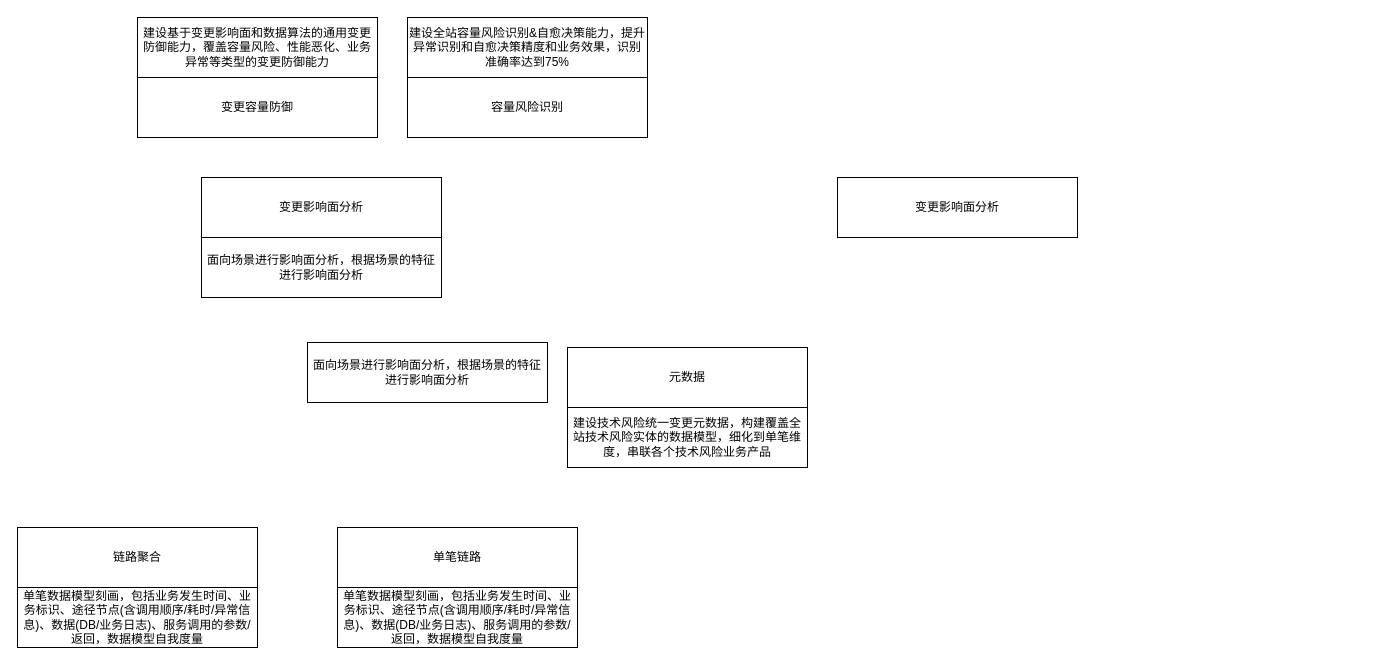
Above: 蚂蚁金服/OKR组织.drawio in frankneu/draw.io (draw.io), before the change. Source tidied: cells renumbered, new cells numbered last; positions are measured from the earlier drawing's top-left corner, leaving out a move shared by most shapes. Both pictures are drawn from the tidied source at 100%, with x=0, y=0 at pixel (17, 17).
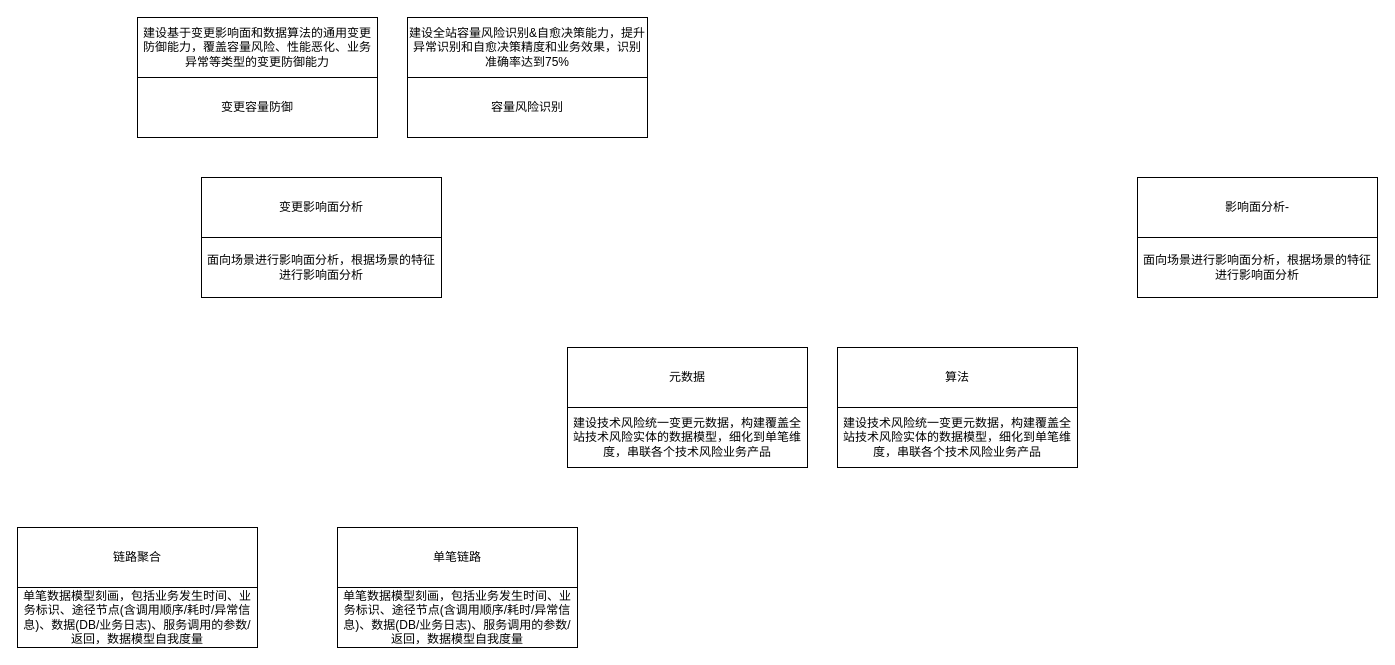
Above is the later version.

The edit, as a diff of the source:
```diff
@@
 <mxGraphModel>
   <root>
     <mxCell id="0" />
     <mxCell id="1" parent="0" />
     <mxCell id="2" value="变更容量防御" style="rounded=0;whiteSpace=wrap;html=1;" parent="1" vertex="1">
       <mxGeometry x="120" y="60" width="240" height="60" as="geometry" />
     </mxCell>
     <mxCell id="3" value="容量风险识别" style="rounded=0;whiteSpace=wrap;html=1;" parent="1" vertex="1">
       <mxGeometry x="390" y="60" width="240" height="60" as="geometry" />
     </mxCell>
     <mxCell id="4" value="元数据" style="rounded=0;whiteSpace=wrap;html=1;" parent="1" vertex="1">
       <mxGeometry x="550" y="330" width="240" height="60" as="geometry" />
     </mxCell>
     <mxCell id="5" value="变更影响面分析" style="rounded=0;whiteSpace=wrap;html=1;" parent="1" vertex="1">
       <mxGeometry x="184" y="160" width="240" height="60" as="geometry" />
     </mxCell>
     <mxCell id="6" value="链路聚合" style="rounded=0;whiteSpace=wrap;html=1;" parent="1" vertex="1">
       <mxGeometry y="510" width="240" height="60" as="geometry" />
     </mxCell>
     <mxCell id="7" value="建设基于变更影响面和数据算法的通用变更防御能力，覆盖容量风险、性能恶化、业务异常等类型的变更防御能力" style="rounded=0;whiteSpace=wrap;html=1;" parent="1" vertex="1">
       <mxGeometry x="120" width="240" height="60" as="geometry" />
     </mxCell>
     <mxCell id="8" value="建设全站容量风险识别&amp;amp;自愈决策能力，提升异常识别和自愈决策精度和业务效果，识别准确率达到75%" style="rounded=0;whiteSpace=wrap;html=1;" parent="1" vertex="1">
       <mxGeometry x="390" width="240" height="60" as="geometry" />
     </mxCell>
     <mxCell id="9" value="&lt;span&gt;单笔数据模型刻画，包括业务发生时间、业务标识、途径节点(含调用顺序/耗时/异常信息)、数据(DB/业务日志)、服务调用的参数/返回，数据模型自我度量&lt;/span&gt;" style="rounded=0;whiteSpace=wrap;html=1;" parent="1" vertex="1">
       <mxGeometry y="570" width="240" height="60" as="geometry" />
     </mxCell>
     <mxCell id="10" value="建设技术风险统一变更元数据，构建覆盖全站技术风险实体的数据模型，细化到单笔维度，串联各个技术风险业务产品" style="rounded=0;whiteSpace=wrap;html=1;" parent="1" vertex="1">
       <mxGeometry x="550" y="390" width="240" height="60" as="geometry" />
     </mxCell>
     <mxCell id="11" value="单笔链路" style="rounded=0;whiteSpace=wrap;html=1;" parent="1" vertex="1">
       <mxGeometry x="320" y="510" width="240" height="60" as="geometry" />
     </mxCell>
     <mxCell id="12" value="单笔数据模型刻画，包括业务发生时间、业务标识、途径节点(含调用顺序/耗时/异常信息)、数据(DB/业务日志)、服务调用的参数/返回，数据模型自我度量" style="rounded=0;whiteSpace=wrap;html=1;" parent="1" vertex="1">
       <mxGeometry x="320" y="570" width="240" height="60" as="geometry" />
     </mxCell>
     <mxCell id="13" value="面向场景进行影响面分析，根据场景的特征进行影响面分析" style="rounded=0;whiteSpace=wrap;html=1;" parent="1" vertex="1">
       <mxGeometry x="184" y="220" width="240" height="60" as="geometry" />
     </mxCell>
     <mxCell id="14" value="面向场景进行影响面分析，根据场景的特征进行影响面分析" style="rounded=0;whiteSpace=wrap;html=1;" parent="1" vertex="1">
-      <mxGeometry x="290" y="325" width="240" height="60" as="geometry" />
+      <mxGeometry x="1120" y="220" width="240" height="60" as="geometry" />
     </mxCell>
-    <mxCell id="15" value="变更影响面分析" style="rounded=0;whiteSpace=wrap;html=1;" parent="1" vertex="1">
-      <mxGeometry x="820" y="160" width="240" height="60" as="geometry" />
+    <mxCell id="15" value="影响面分析-" style="rounded=0;whiteSpace=wrap;html=1;" parent="1" vertex="1">
+      <mxGeometry x="1120" y="160" width="240" height="60" as="geometry" />
     </mxCell>
+    <mxCell id="16" value="算法" style="rounded=0;whiteSpace=wrap;html=1;" parent="1" vertex="1">
+      <mxGeometry x="820" y="330" width="240" height="60" as="geometry" />
+    </mxCell>
+    <mxCell id="17" value="建设技术风险统一变更元数据，构建覆盖全站技术风险实体的数据模型，细化到单笔维度，串联各个技术风险业务产品" style="rounded=0;whiteSpace=wrap;html=1;" parent="1" vertex="1">
+      <mxGeometry x="820" y="390" width="240" height="60" as="geometry" />
+    </mxCell>
   </root>
 </mxGraphModel>
```
